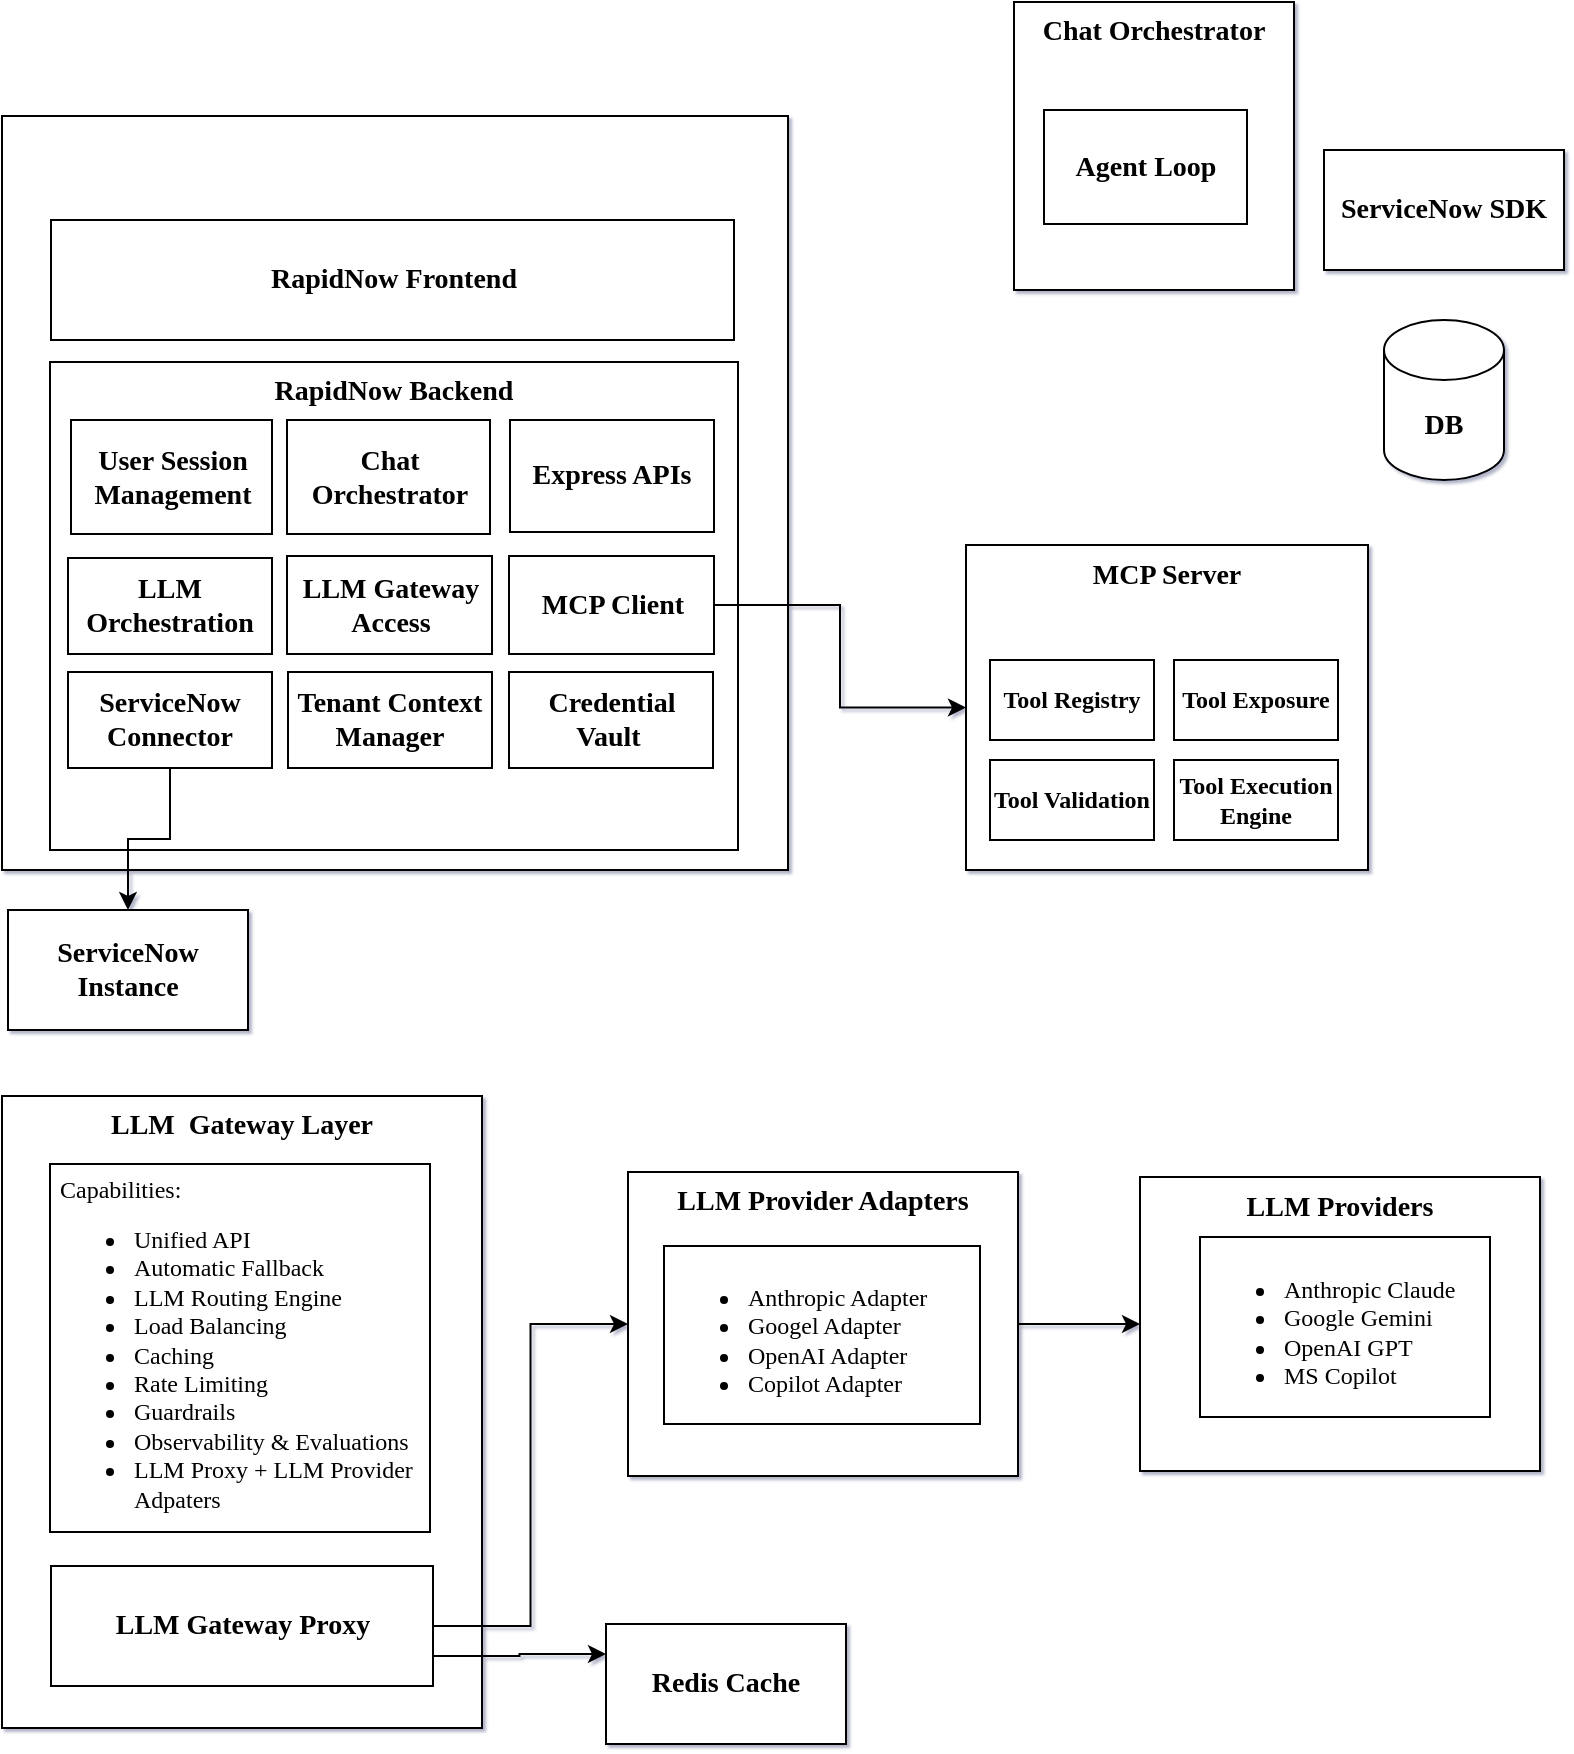
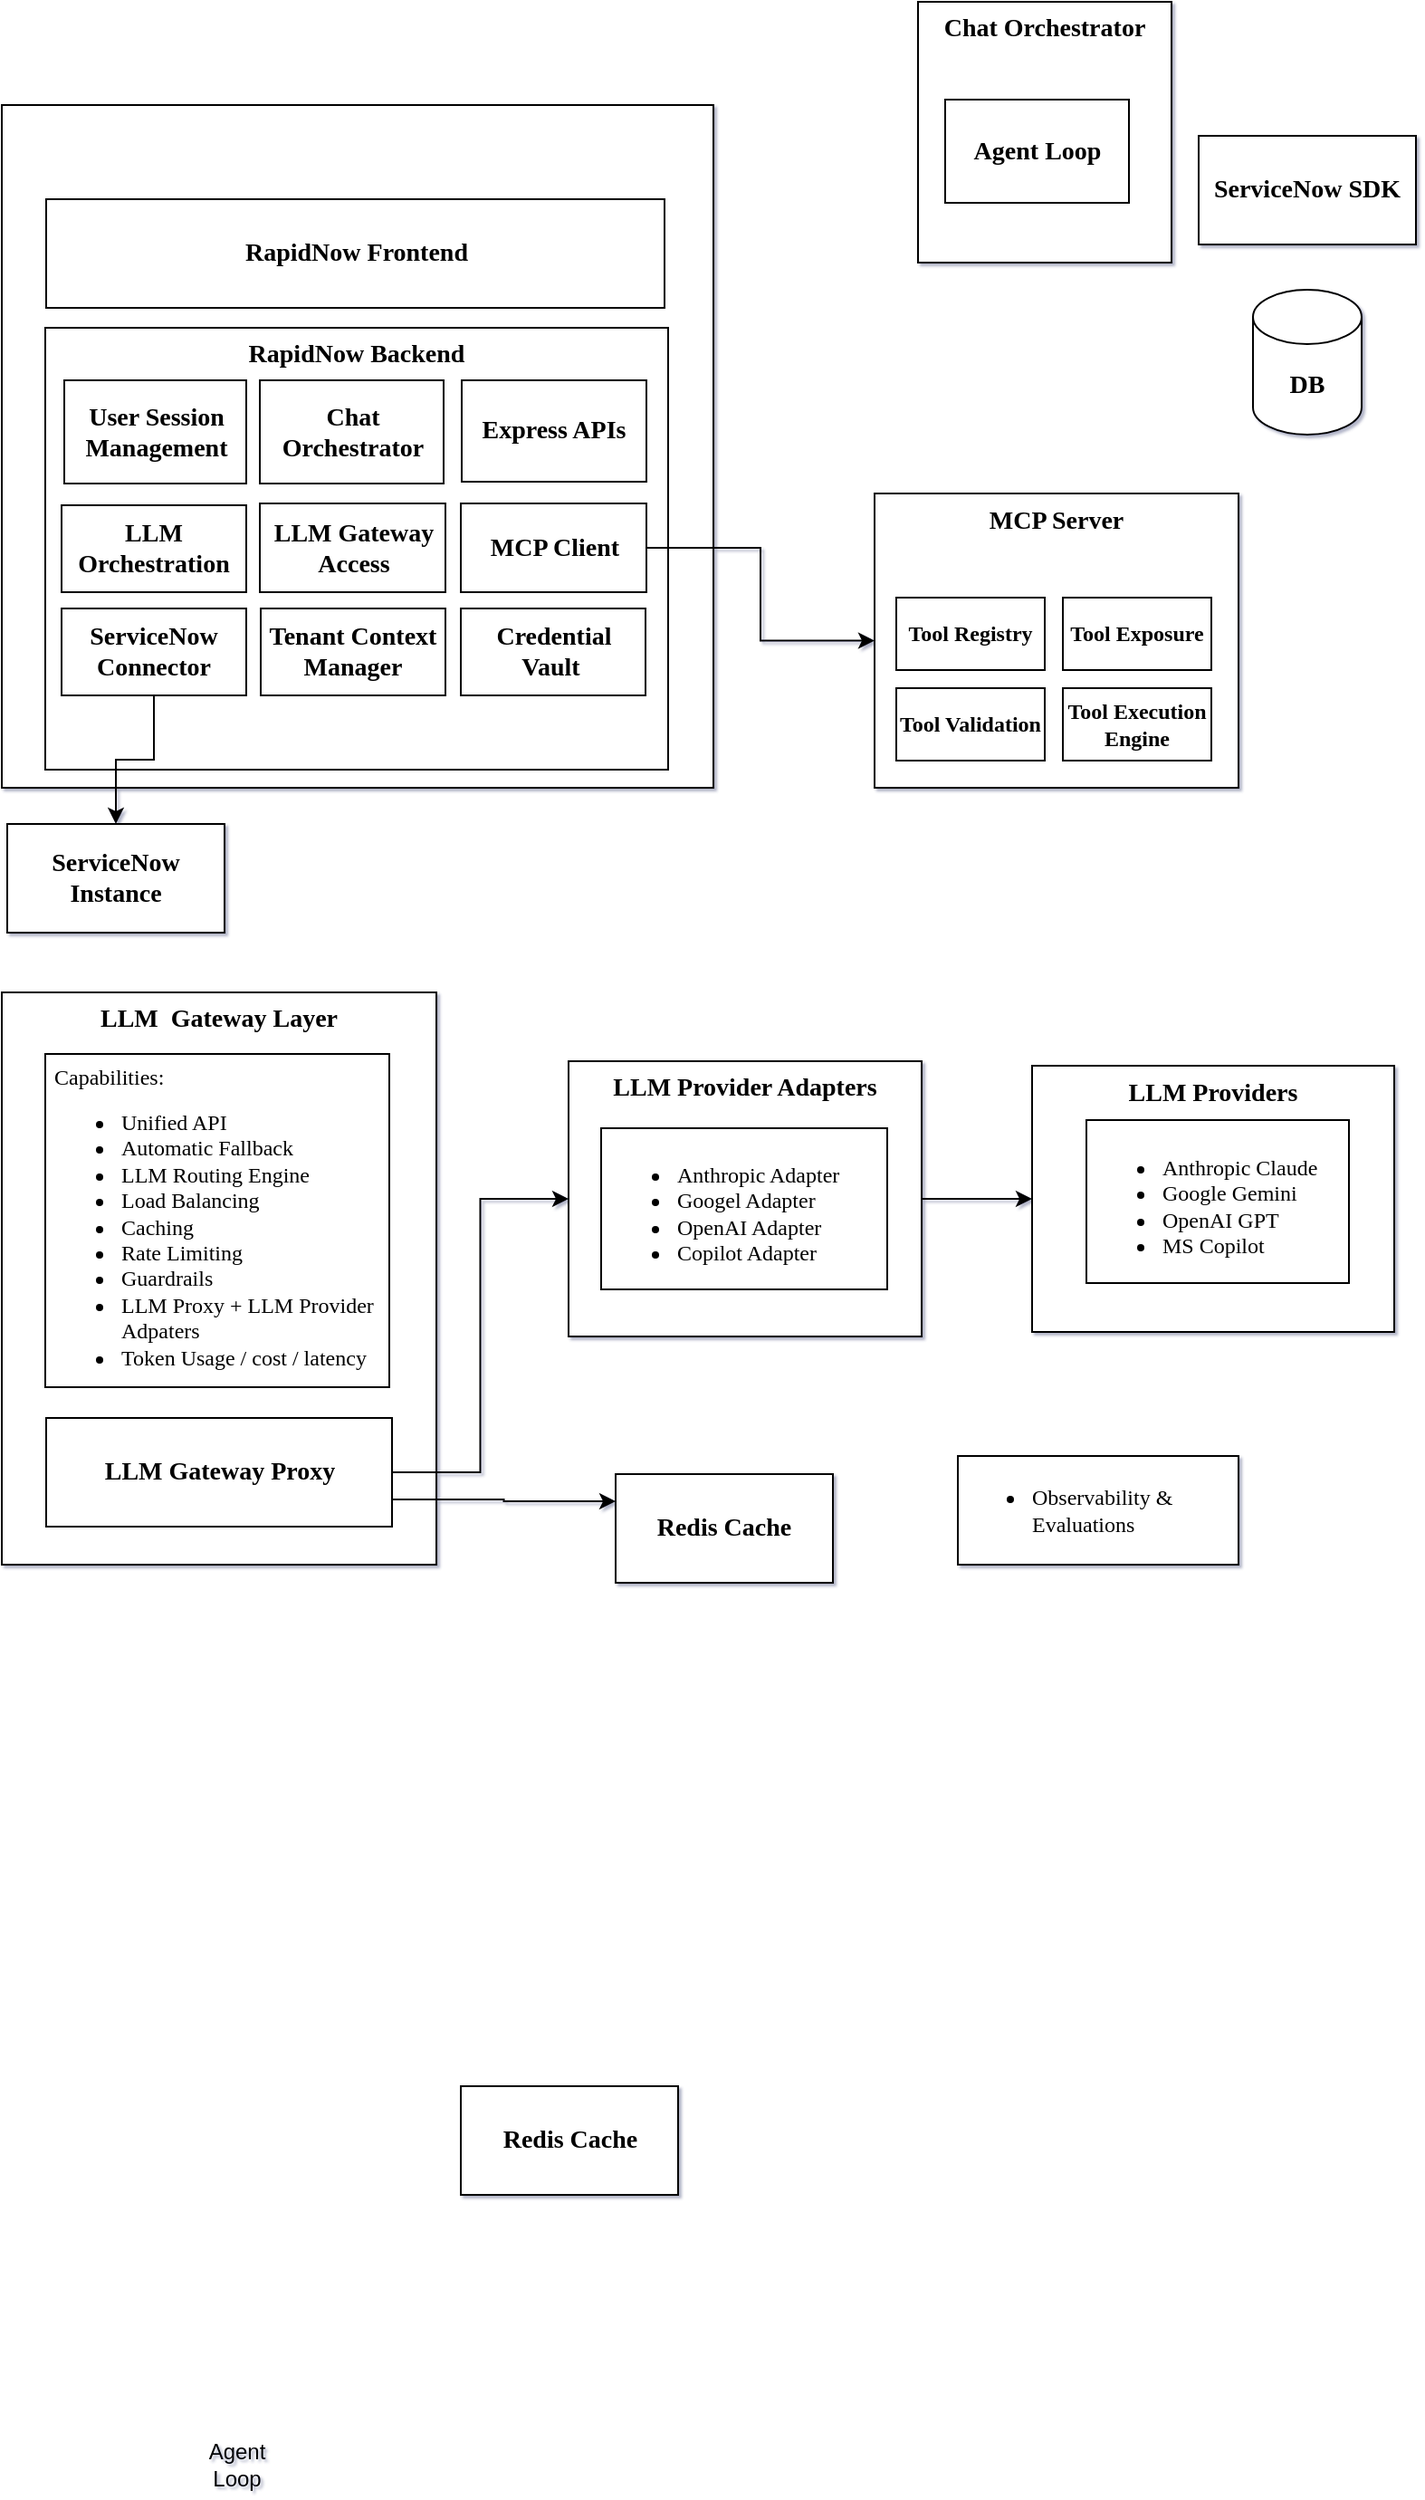
<mxfile host="app.diagrams.net">
  <diagram name="Page-1" id="b4t-OHUZPeLjAcX_frFG">
-     <mxGraphModel dx="1032" dy="627" grid="0" gridSize="10" guides="1" tooltips="1" connect="1" arrows="1" fold="1" page="1" pageScale="1" pageWidth="850" pageHeight="1100" math="0" shadow="1">
+     <mxGraphModel dx="901" dy="645" grid="0" gridSize="10" guides="1" tooltips="1" connect="1" arrows="1" fold="1" page="1" pageScale="1" pageWidth="850" pageHeight="1100" math="0" shadow="1">
      <root>
        <mxCell id="0" />
        <mxCell id="1" parent="0" />
        <mxCell id="zII8FL1W6vDsOD84WCIU-38" parent="1" style="rounded=0;whiteSpace=wrap;html=1;fontFamily=Times New Roman;fontSize=14;fontStyle=1;verticalAlign=top;" value="Chat Orchestrator" vertex="1">
          <mxGeometry height="144" width="140" x="552" y="39" as="geometry" />
        </mxCell>
        <mxCell id="zII8FL1W6vDsOD84WCIU-14" parent="1" style="rounded=0;whiteSpace=wrap;html=1;fontFamily=Times New Roman;fontSize=14;fontStyle=1;verticalAlign=top;" value="MCP Server" vertex="1">
          <mxGeometry height="162.5" width="201" x="528" y="310.5" as="geometry" />
        </mxCell>
        <mxCell id="zII8FL1W6vDsOD84WCIU-24" parent="1" style="rounded=0;whiteSpace=wrap;html=1;" value="" vertex="1">
          <mxGeometry height="377" width="393" x="46" y="96" as="geometry" />
        </mxCell>
        <mxCell id="zII8FL1W6vDsOD84WCIU-20" parent="1" style="rounded=0;whiteSpace=wrap;html=1;fontFamily=Times New Roman;fontSize=14;fontStyle=1;verticalAlign=top;" value="RapidNow Backend" vertex="1">
          <mxGeometry height="244" width="344" x="70" y="219" as="geometry" />
        </mxCell>
        <mxCell id="zII8FL1W6vDsOD84WCIU-10" edge="1" parent="1" source="zII8FL1W6vDsOD84WCIU-7" style="edgeStyle=orthogonalEdgeStyle;rounded=0;orthogonalLoop=1;jettySize=auto;html=1;exitX=1;exitY=0.5;exitDx=0;exitDy=0;entryX=0;entryY=0.5;entryDx=0;entryDy=0;" target="zII8FL1W6vDsOD84WCIU-1">
          <mxGeometry relative="1" as="geometry" />
        </mxCell>
        <mxCell id="zII8FL1W6vDsOD84WCIU-7" parent="1" style="rounded=0;whiteSpace=wrap;html=1;fontFamily=Times New Roman;fontStyle=1;fontSize=14;verticalAlign=top;" value="LLM Provider Adapters" vertex="1">
          <mxGeometry height="152" width="195" x="359" y="624" as="geometry" />
        </mxCell>
        <mxCell id="zII8FL1W6vDsOD84WCIU-1" parent="1" style="rounded=0;whiteSpace=wrap;html=1;fontFamily=Times New Roman;fontSize=14;fontStyle=1;verticalAlign=top;" value="LLM Providers" vertex="1">
          <mxGeometry height="147" width="200" x="615" y="626.5" as="geometry" />
        </mxCell>
        <mxCell id="MyxVNCEdh3MRacfrhNUW-3" parent="1" style="rounded=0;whiteSpace=wrap;html=1;fontFamily=Times New Roman;verticalAlign=top;fontSize=14;fontStyle=1;movable=1;resizable=1;rotatable=1;deletable=1;editable=1;locked=0;connectable=1;" value="LLM&amp;nbsp; Gateway Layer" vertex="1">
          <mxGeometry height="316" width="240" x="46" y="586" as="geometry" />
        </mxCell>
-         <mxCell id="MyxVNCEdh3MRacfrhNUW-2" parent="1" style="rounded=0;html=1;verticalAlign=top;labelBorderColor=none;fontFamily=Times New Roman;fontSize=12;align=left;labelBackgroundColor=none;whiteSpace=wrap;" value="&lt;div style=&quot;line-height: 100%;&quot;&gt;&lt;span style=&quot;background-color: transparent; color: light-dark(rgb(0, 0, 0), rgb(255, 255, 255));&quot;&gt;&amp;nbsp;Capabilities:&lt;/span&gt;&lt;/div&gt;&lt;ul&gt;&lt;li&gt;&lt;span style=&quot;color: light-dark(rgb(0, 0, 0), rgb(255, 255, 255));&quot;&gt;Unified API&lt;/span&gt;&lt;/li&gt;&lt;li&gt;Automatic Fallback&amp;nbsp;&lt;/li&gt;&lt;li style=&quot;&quot;&gt;LLM Routing Engine&lt;/li&gt;&lt;li style=&quot;&quot;&gt;Load Balancing&lt;/li&gt;&lt;li style=&quot;&quot;&gt;Caching&lt;/li&gt;&lt;li style=&quot;&quot;&gt;Rate Limiting&lt;/li&gt;&lt;li style=&quot;&quot;&gt;Guardrails&lt;/li&gt;&lt;li style=&quot;&quot;&gt;Observability &amp;amp; Evaluations&lt;/li&gt;&lt;li style=&quot;&quot;&gt;LLM Proxy + LLM Provider Adpaters&amp;nbsp;&lt;/li&gt;&lt;/ul&gt;" vertex="1">
+         <mxCell id="MyxVNCEdh3MRacfrhNUW-2" parent="1" style="rounded=0;html=1;verticalAlign=top;labelBorderColor=none;fontFamily=Times New Roman;fontSize=12;align=left;labelBackgroundColor=none;whiteSpace=wrap;" value="&lt;div style=&quot;line-height: 100%;&quot;&gt;&lt;span style=&quot;background-color: transparent; color: light-dark(rgb(0, 0, 0), rgb(255, 255, 255));&quot;&gt;&amp;nbsp;Capabilities:&lt;/span&gt;&lt;/div&gt;&lt;ul&gt;&lt;li&gt;&lt;span style=&quot;color: light-dark(rgb(0, 0, 0), rgb(255, 255, 255));&quot;&gt;Unified API&lt;/span&gt;&lt;/li&gt;&lt;li&gt;Automatic Fallback&amp;nbsp;&lt;/li&gt;&lt;li style=&quot;&quot;&gt;LLM Routing Engine&lt;/li&gt;&lt;li style=&quot;&quot;&gt;Load Balancing&lt;/li&gt;&lt;li style=&quot;&quot;&gt;Caching&lt;/li&gt;&lt;li style=&quot;&quot;&gt;Rate Limiting&lt;/li&gt;&lt;li style=&quot;&quot;&gt;Guardrails&lt;/li&gt;&lt;li style=&quot;&quot;&gt;LLM Proxy + LLM Provider Adpaters&amp;nbsp;&lt;/li&gt;&lt;li style=&quot;&quot;&gt;Token Usage / cost / latency&lt;/li&gt;&lt;/ul&gt;" vertex="1">
          <mxGeometry height="184" width="190" x="70" y="620" as="geometry" />
        </mxCell>
        <mxCell id="zII8FL1W6vDsOD84WCIU-2" parent="1" style="rounded=0;whiteSpace=wrap;html=1;fontFamily=Times New Roman;verticalAlign=top;align=left;" value="&lt;ul&gt;&lt;li&gt;Anthropic Claude&lt;/li&gt;&lt;li&gt;Google Gemini&lt;/li&gt;&lt;li&gt;OpenAI GPT&lt;/li&gt;&lt;li&gt;MS Copilot&lt;/li&gt;&lt;/ul&gt;" vertex="1">
          <mxGeometry height="90" width="145" x="645" y="656.5" as="geometry" />
        </mxCell>
        <mxCell id="zII8FL1W6vDsOD84WCIU-9" edge="1" parent="1" source="zII8FL1W6vDsOD84WCIU-3" style="edgeStyle=orthogonalEdgeStyle;rounded=0;orthogonalLoop=1;jettySize=auto;html=1;exitX=1;exitY=0.5;exitDx=0;exitDy=0;entryX=0;entryY=0.5;entryDx=0;entryDy=0;" target="zII8FL1W6vDsOD84WCIU-7">
          <mxGeometry relative="1" as="geometry" />
        </mxCell>
        <mxCell id="zII8FL1W6vDsOD84WCIU-21" edge="1" parent="1" source="zII8FL1W6vDsOD84WCIU-3" style="edgeStyle=orthogonalEdgeStyle;rounded=0;orthogonalLoop=1;jettySize=auto;html=1;exitX=1;exitY=0.75;exitDx=0;exitDy=0;entryX=0;entryY=0.25;entryDx=0;entryDy=0;" target="zII8FL1W6vDsOD84WCIU-17">
          <mxGeometry relative="1" as="geometry" />
        </mxCell>
        <mxCell id="zII8FL1W6vDsOD84WCIU-3" parent="1" style="rounded=0;whiteSpace=wrap;html=1;" value="&lt;span style=&quot;font-family: &amp;quot;Times New Roman&amp;quot;; font-size: 14px; font-weight: 700;&quot;&gt;LLM Gateway Proxy&lt;/span&gt;" vertex="1">
          <mxGeometry height="60" width="191" x="70.5" y="821" as="geometry" />
        </mxCell>
        <mxCell id="zII8FL1W6vDsOD84WCIU-8" parent="1" style="rounded=0;whiteSpace=wrap;html=1;fontFamily=Times New Roman;align=left;verticalAlign=top;" value="&lt;ul&gt;&lt;li&gt;Anthropic Adapter&amp;nbsp;&lt;/li&gt;&lt;li&gt;Googel Adapter&lt;/li&gt;&lt;li&gt;OpenAI Adapter&amp;nbsp;&lt;/li&gt;&lt;li&gt;Copilot Adapter&lt;/li&gt;&lt;/ul&gt;" vertex="1">
          <mxGeometry height="89" width="158" x="377" y="661" as="geometry" />
        </mxCell>
        <mxCell id="zII8FL1W6vDsOD84WCIU-11" parent="1" style="rounded=0;whiteSpace=wrap;html=1;fontFamily=Times New Roman;fontSize=14;fontStyle=1;verticalAlign=middle;" value="ServiceNow Instance" vertex="1">
          <mxGeometry height="60" width="120" x="49" y="493" as="geometry" />
        </mxCell>
        <mxCell id="zII8FL1W6vDsOD84WCIU-32" edge="1" parent="1" source="zII8FL1W6vDsOD84WCIU-13" style="edgeStyle=orthogonalEdgeStyle;rounded=0;orthogonalLoop=1;jettySize=auto;html=1;exitX=1;exitY=0.5;exitDx=0;exitDy=0;entryX=0;entryY=0.5;entryDx=0;entryDy=0;" target="zII8FL1W6vDsOD84WCIU-14">
          <mxGeometry relative="1" as="geometry" />
        </mxCell>
        <mxCell id="zII8FL1W6vDsOD84WCIU-13" parent="1" style="rounded=0;whiteSpace=wrap;html=1;fontFamily=Times New Roman;fontSize=14;fontStyle=1;verticalAlign=middle;" value="MCP Client" vertex="1">
          <mxGeometry height="49" width="102.5" x="299.5" y="316" as="geometry" />
        </mxCell>
        <mxCell id="zII8FL1W6vDsOD84WCIU-15" parent="1" style="rounded=0;whiteSpace=wrap;html=1;fontFamily=Times New Roman;fontSize=14;fontStyle=1;verticalAlign=middle;" value="ServiceNow SDK" vertex="1">
          <mxGeometry height="60" width="120" x="707" y="113" as="geometry" />
        </mxCell>
        <mxCell id="zII8FL1W6vDsOD84WCIU-17" parent="1" style="rounded=0;whiteSpace=wrap;html=1;fontFamily=Times New Roman;fontSize=14;fontStyle=1;verticalAlign=middle;" value="Redis Cache" vertex="1">
-           <mxGeometry height="60" width="120" x="348" y="850" as="geometry" />
+           <mxGeometry height="60" width="120" x="385" y="852" as="geometry" />
        </mxCell>
        <mxCell id="zII8FL1W6vDsOD84WCIU-19" parent="1" style="rounded=0;whiteSpace=wrap;html=1;fontFamily=Times New Roman;fontSize=14;fontStyle=1;verticalAlign=middle;" value="RapidNow Frontend" vertex="1">
          <mxGeometry height="60" width="341.5" x="70.5" y="148" as="geometry" />
        </mxCell>
        <mxCell id="zII8FL1W6vDsOD84WCIU-23" parent="1" style="rounded=0;whiteSpace=wrap;html=1;fontFamily=Times New Roman;fontSize=14;fontStyle=1;verticalAlign=middle;" value="Chat Orchestrator" vertex="1">
          <mxGeometry height="57" width="101.5" x="188.5" y="248" as="geometry" />
        </mxCell>
        <mxCell id="zII8FL1W6vDsOD84WCIU-25" parent="1" style="rounded=0;whiteSpace=wrap;html=1;fontFamily=Times New Roman;fontSize=14;fontStyle=1;verticalAlign=middle;" value="LLM Orchestration" vertex="1">
          <mxGeometry height="48" width="102" x="79" y="317" as="geometry" />
        </mxCell>
        <mxCell id="zII8FL1W6vDsOD84WCIU-26" parent="1" style="rounded=0;whiteSpace=wrap;html=1;fontFamily=Times New Roman;fontSize=14;fontStyle=1;verticalAlign=middle;" value="LLM Gateway Access" vertex="1">
          <mxGeometry height="49" width="102.5" x="188.5" y="316" as="geometry" />
        </mxCell>
        <mxCell id="zII8FL1W6vDsOD84WCIU-28" parent="1" style="rounded=0;whiteSpace=wrap;html=1;fontFamily=Times New Roman;fontSize=14;fontStyle=1;verticalAlign=middle;" value="User Session Management" vertex="1">
          <mxGeometry height="57" width="100.5" x="80.5" y="248" as="geometry" />
        </mxCell>
        <mxCell id="zII8FL1W6vDsOD84WCIU-30" parent="1" style="rounded=0;whiteSpace=wrap;html=1;fontFamily=Times New Roman;fontSize=14;fontStyle=1;verticalAlign=middle;" value="Express APIs" vertex="1">
          <mxGeometry height="56" width="102" x="300" y="248" as="geometry" />
        </mxCell>
        <mxCell id="zII8FL1W6vDsOD84WCIU-31" parent="1" style="shape=cylinder3;whiteSpace=wrap;html=1;boundedLbl=1;backgroundOutline=1;size=15;fontFamily=Times New Roman;fontStyle=1;fontSize=14;" value="DB" vertex="1">
          <mxGeometry height="80" width="60" x="737" y="198" as="geometry" />
        </mxCell>
        <mxCell id="zII8FL1W6vDsOD84WCIU-36" edge="1" parent="1" source="zII8FL1W6vDsOD84WCIU-33" style="edgeStyle=orthogonalEdgeStyle;rounded=0;orthogonalLoop=1;jettySize=auto;html=1;exitX=0.5;exitY=1;exitDx=0;exitDy=0;" target="zII8FL1W6vDsOD84WCIU-11">
          <mxGeometry relative="1" as="geometry" />
        </mxCell>
        <mxCell id="zII8FL1W6vDsOD84WCIU-33" parent="1" style="rounded=0;whiteSpace=wrap;html=1;fontFamily=Times New Roman;fontSize=14;fontStyle=1;verticalAlign=middle;" value="ServiceNow Connector" vertex="1">
          <mxGeometry height="48" width="102" x="79" y="374" as="geometry" />
        </mxCell>
        <mxCell id="zII8FL1W6vDsOD84WCIU-34" parent="1" style="rounded=0;whiteSpace=wrap;html=1;fontFamily=Times New Roman;fontStyle=1" value="Tool Registry" vertex="1">
          <mxGeometry height="40" width="82" x="540" y="368" as="geometry" />
        </mxCell>
        <mxCell id="zII8FL1W6vDsOD84WCIU-35" parent="1" style="rounded=0;whiteSpace=wrap;html=1;fontFamily=Times New Roman;fontSize=14;fontStyle=1;verticalAlign=middle;" value="Tenant Context Manager" vertex="1">
          <mxGeometry height="48" width="102" x="189" y="374" as="geometry" />
        </mxCell>
        <mxCell id="zII8FL1W6vDsOD84WCIU-37" parent="1" style="rounded=0;whiteSpace=wrap;html=1;fontFamily=Times New Roman;fontStyle=1" value="Tool Exposure" vertex="1">
          <mxGeometry height="40" width="82" x="632" y="368" as="geometry" />
        </mxCell>
        <mxCell id="zII8FL1W6vDsOD84WCIU-39" parent="1" style="rounded=0;whiteSpace=wrap;html=1;fontFamily=Times New Roman;fontSize=14;fontStyle=1;verticalAlign=middle;" value="Agent Loop" vertex="1">
          <mxGeometry height="57" width="101.5" x="567" y="93" as="geometry" />
        </mxCell>
        <mxCell id="zII8FL1W6vDsOD84WCIU-40" parent="1" style="rounded=0;whiteSpace=wrap;html=1;fontFamily=Times New Roman;fontStyle=1" value="Tool Validation" vertex="1">
          <mxGeometry height="40" width="82" x="540" y="418" as="geometry" />
        </mxCell>
        <mxCell id="zII8FL1W6vDsOD84WCIU-42" parent="1" style="rounded=0;whiteSpace=wrap;html=1;fontFamily=Times New Roman;fontStyle=1" value="Tool Execution Engine" vertex="1">
          <mxGeometry height="40" width="82" x="632" y="418" as="geometry" />
        </mxCell>
        <mxCell id="zII8FL1W6vDsOD84WCIU-43" parent="1" style="rounded=0;whiteSpace=wrap;html=1;fontFamily=Times New Roman;fontSize=14;fontStyle=1;verticalAlign=middle;" value="Credential Vault&amp;nbsp;" vertex="1">
          <mxGeometry height="48" width="102" x="299.5" y="374" as="geometry" />
        </mxCell>
+         <mxCell id="JEUizxt-pyhx6dGXGkAJ-1" parent="1" style="rounded=0;whiteSpace=wrap;html=1;fontFamily=Times New Roman;fontSize=14;fontStyle=1;verticalAlign=middle;" value="Redis Cache" vertex="1">
+           <mxGeometry height="60" width="120" x="299.5" y="1190" as="geometry" />
+         </mxCell>
+         <mxCell id="JEUizxt-pyhx6dGXGkAJ-2" parent="1" style="text;html=1;whiteSpace=wrap;strokeColor=none;fillColor=none;align=center;verticalAlign=middle;rounded=0;" value="Agent Loop" vertex="1">
+           <mxGeometry height="30" width="60" x="146" y="1384" as="geometry" />
+         </mxCell>
+         <mxCell id="JEUizxt-pyhx6dGXGkAJ-3" parent="1" style="rounded=0;whiteSpace=wrap;html=1;" value="&lt;ul style=&quot;font-family: &amp;quot;Times New Roman&amp;quot;; text-align: left;&quot;&gt;&lt;li&gt;Observability &amp;amp; Evaluations&lt;/li&gt;&lt;/ul&gt;" vertex="1">
+           <mxGeometry height="60" width="155" x="574" y="842" as="geometry" />
+         </mxCell>
      </root>
    </mxGraphModel>
  </diagram>
</mxfile>
